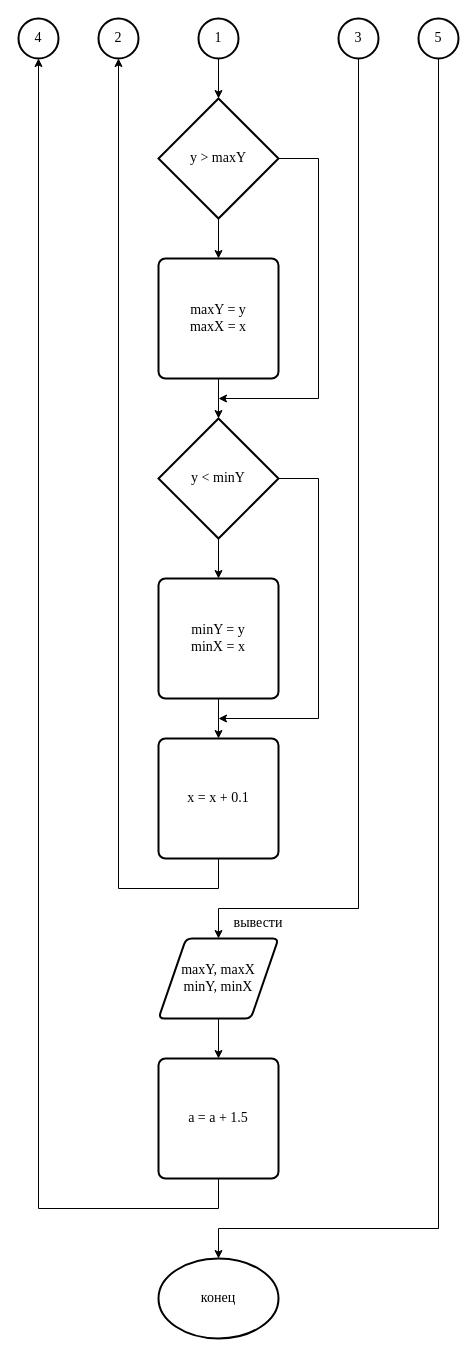
Above: page "page2" (2 of 2) of computer_science_and_engineering_first_course_24.1/fundamentals_of_algorithmization_and_programming/pws/clients/AlKate/pw3/pw3.drawio in FredNekrasov/university (draw.io), before the change. Source tidied: cells renumbered, new cells numbered last; positions are measured from the earlier drawing's top-left corner, leaving out a move shared by most shapes. Both pictures are drawn from the tidied source at 100%, with x=0, y=0 at pixel (18, 18).
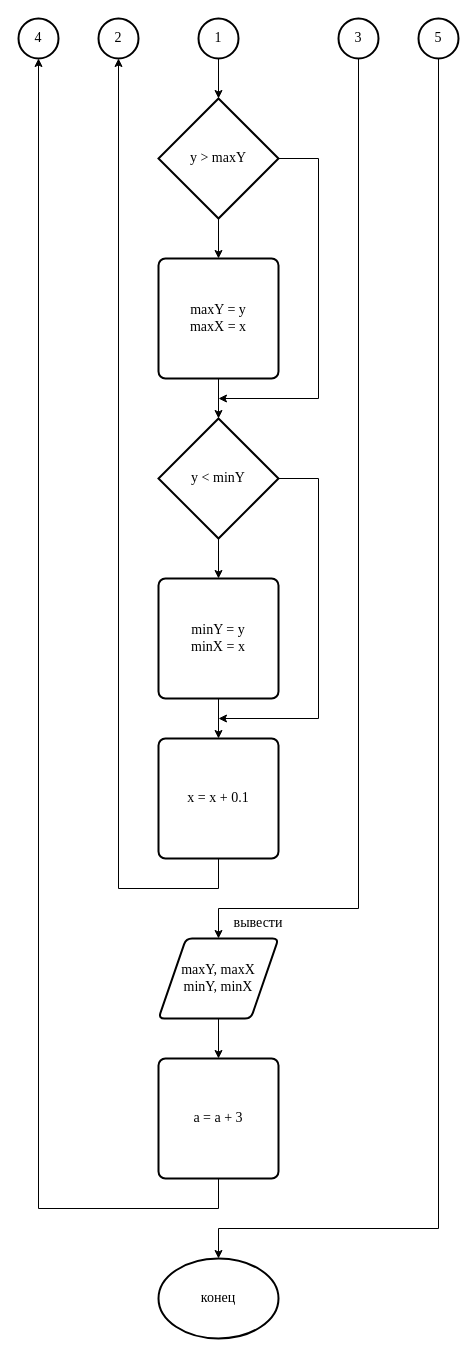
Above is the later version.

The edit, as a diff of the source:
```diff
@@
-    <mxCell id="29" value="&lt;div style=&quot;text-align: start;&quot;&gt;&lt;span style=&quot;background-color: initial; white-space-collapse: preserve;&quot;&gt;a = a + 1.5&lt;/span&gt;&lt;/div&gt;" style="rounded=1;whiteSpace=wrap;html=1;absoluteArcSize=1;arcSize=14;strokeWidth=2;fontFamily=Times New Roman;fontColor=#000000;fontSize=14;labelBackgroundColor=none;" parent="1" vertex="1">
+    <mxCell id="29" value="&lt;div style=&quot;text-align: start;&quot;&gt;&lt;span style=&quot;background-color: initial; white-space-collapse: preserve;&quot;&gt;a = a + 3&lt;/span&gt;&lt;/div&gt;" style="rounded=1;whiteSpace=wrap;html=1;absoluteArcSize=1;arcSize=14;strokeWidth=2;fontFamily=Times New Roman;fontColor=#000000;fontSize=14;labelBackgroundColor=none;" parent="1" vertex="1">
       <mxGeometry x="140" y="1040" width="120" height="120" as="geometry" />
     </mxCell>
```
